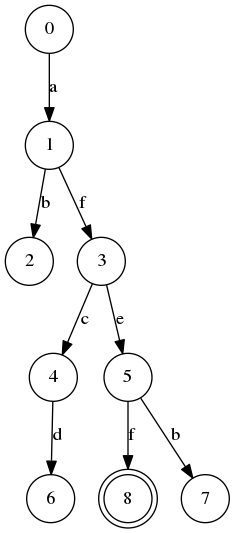
dvberkel/bergen keeps this Graphviz diagram as states.png. Above is the earlier version. Its source is kept beside it as states.dot.
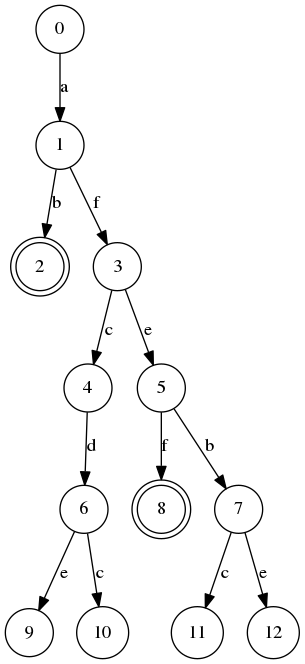
After the commit.

Commit message:
Enter level 5

Diff of the diagram source:
```diff
@@ -1,5 +1,6 @@
 digraph {
   node [shape=circle];
+  2 [shape=doublecircle];
   8 [shape=doublecircle];
   0 -> 1 [label="a"];
   1 -> 2 [label="b"];
@@ -9,4 +10,8 @@
   4 -> 6 [label="d"];
   5 -> 7 [label="b"];
   5 -> 8 [label="f"];
+  6 -> 9 [label="e"];
+  6 -> 10 [label="c"];
+  7 -> 11 [label="c"];
+  7 -> 12 [label="e"];
 }
```
